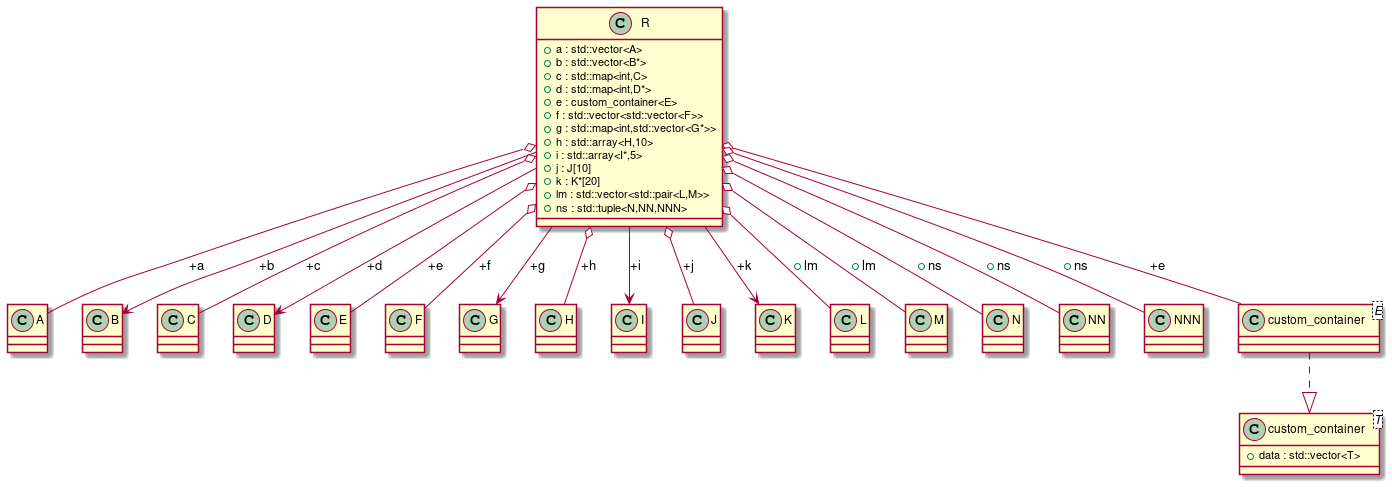
bkryza/clang-uml keeps this PlantUML diagram as docs/test_cases/t00006_class.png. Above is the earlier version.
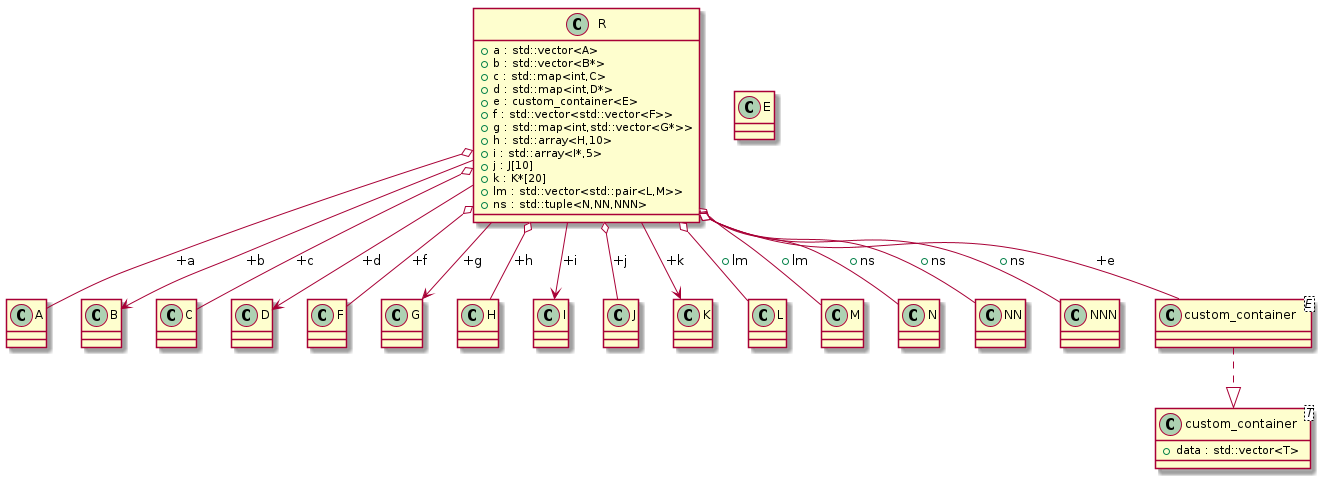
Later version of the same file.

Change to the diagram source:
```diff
@@ -113,7 +113,6 @@
 C_0000000079 o-- C_0000000049 : +c
 C_0000000079 --> C_0000000051 : +d
 C_0000000079 o-- C_0000000080 : +e
-C_0000000079 o-- C_0000000053 : +e
 C_0000000079 o-- C_0000000055 : +f
 C_0000000079 --> C_0000000057 : +g
 C_0000000079 o-- C_0000000059 : +h
```
